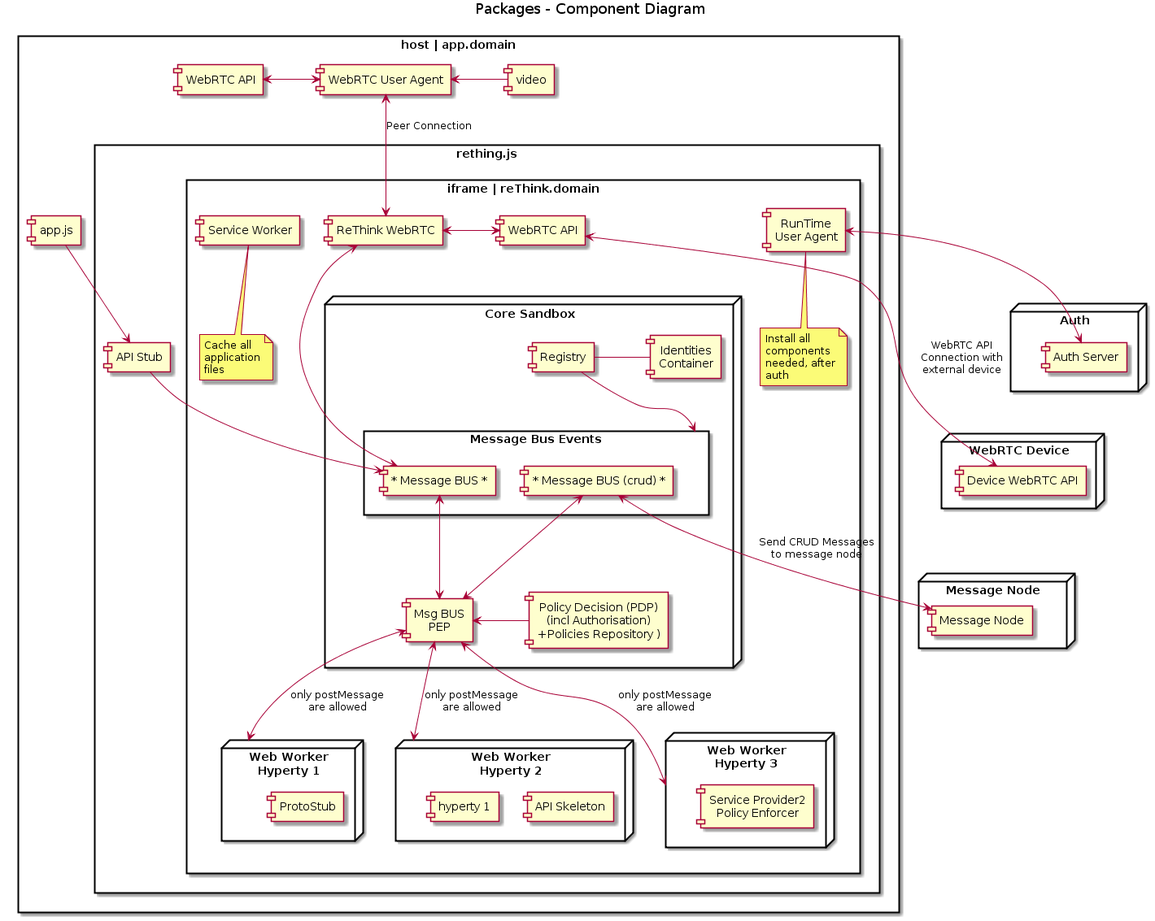
This is docs/specs/runtime/implementation/Runtime_Browser_Implementation.png from reTHINK-project/core-framework, a PlantUML export, as it was before one commit. Its diagram source:
```plantuml
@startuml "Runtime_Architecture_IFrame.png"

title Packages - Component Diagram

node "WebRTC Device" {
  [Device WebRTC API] as WebRTCDevice
}

node "Auth" {
  [Auth Server] as Auth
}

node "Message Node" {
  [Message Node] as MNode
}

rectangle "host | app.domain" {

    component [video] as GUIVideo
    component [app.js] as App

    component [WebRTC User Agent] as PeerLocal
    component [WebRTC API] as WebRTCApiLocal

    rectangle rething.js {

        component [API Stub] as APIStub

        rectangle "iframe | reThink.domain" {

            component [ReThink WebRTC] as PeerRemote
            component [WebRTC API] as WebRTCApiRemote

            component [Service Worker] as ServiceWorker
            note bottom
                Cache all
                application
                files
            endnote

            component [RunTime\nUser Agent] as Agent
            note bottom
                Install all
                components
                needed, after
                auth
            endnote

            node "Web Worker\nHyperty 1" as W1 {
              [ProtoStub] as PS
            }

            node "Web Worker\nHyperty 2" as W2 {
              component [API Skeleton] as APIS2
              [hyperty 1] as H1
            }

            node "Web Worker\nHyperty 3" as W3 {
              component [Service Provider2\nPolicy Enforcer]
            }

            node "Core Sandbox" as Core {

                component [Registry] as Registry
                component [Identities\nContainer] as IContainer
                component [Msg BUS\nPEP] as Policy
                component [Policy Decision (PDP)\n(incl Authorisation)\n+Policies Repository )] as PDP


                rectangle "Message Bus Events" as MsgBusEvent {
                    component [* Message BUS *] as MsgBus
                    component [* Message BUS (crud) *] as MsgBusCrud
                }
            }

        }
    }
}

Auth <-[hidden]down-> WebRTCDevice
WebRTCApiRemote <-[hidden]down-> Core


App -down-> APIStub
APIStub -down-> MsgBus

GUIVideo -left-> PeerLocal
PeerLocal <-left-> WebRTCApiLocal
PeerLocal <-down-> PeerRemote : Peer Connection
PeerRemote <-right-> WebRTCApiRemote
PeerRemote <-down-> MsgBus
WebRTCApiRemote <-right-> WebRTCDevice : WebRTC API\nConnection with\nexternal device

Registry -down-> MsgBusEvent
IContainer -left- Registry

MsgBus <-> Policy
MsgBusCrud <-> Policy
PDP -left-> Policy

Policy <-right-> W1 : only postMessage\nare allowed
Policy <-right-> W2 : only postMessage\nare allowed
Policy <-down-> W3 : only postMessage\nare allowed


MsgBusCrud <-right-> MNode : Send CRUD Messages\nto message node
Agent <-right-> Auth

@enduml
```
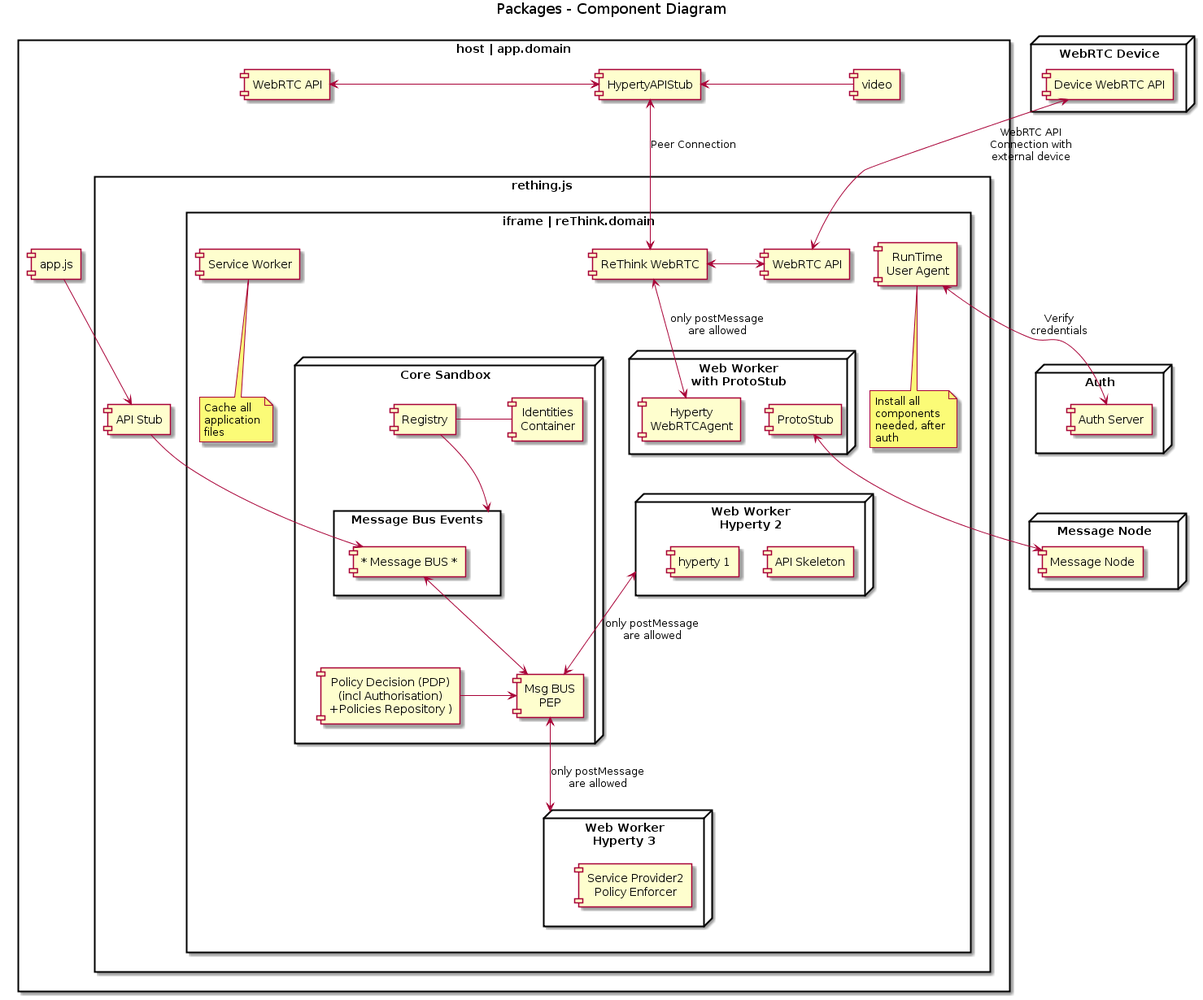
Above is the later version.

Commit message:
add optimized browser runtime

The edit, as a diff of the source:
```diff
@@ -1,5 +1,4 @@
-@startuml "Runtime_Architecture_IFrame.png"
-
+@startuml
 title Packages - Component Diagram
 
 node "WebRTC Device" {
@@ -19,7 +18,7 @@
     component [video] as GUIVideo
     component [app.js] as App
 
-    component [WebRTC User Agent] as PeerLocal
+    component [HypertyAPIStub] as PeerLocal
     component [WebRTC API] as WebRTCApiLocal
 
     rectangle rething.js {
@@ -46,8 +45,9 @@
                 auth
             endnote
 
-            node "Web Worker\nHyperty 1" as W1 {
+            node "Web Worker\nwith ProtoStub" as WPS {
               [ProtoStub] as PS
+              [Hyperty\nWebRTCAgent] as HWRTCA
             }
 
             node "Web Worker\nHyperty 2" as W2 {
@@ -69,7 +69,6 @@
 
                 rectangle "Message Bus Events" as MsgBusEvent {
                     component [* Message BUS *] as MsgBus
-                    component [* Message BUS (crud) *] as MsgBusCrud
                 }
             }
 
@@ -77,9 +76,8 @@
     }
 }
 
-Auth <-[hidden]down-> WebRTCDevice
+Auth <-[hidden]up-> WebRTCDevice
 WebRTCApiRemote <-[hidden]down-> Core
-
 
 App -down-> APIStub
 APIStub -down-> MsgBus
@@ -88,22 +86,19 @@
 PeerLocal <-left-> WebRTCApiLocal
 PeerLocal <-down-> PeerRemote : Peer Connection
 PeerRemote <-right-> WebRTCApiRemote
-PeerRemote <-down-> MsgBus
-WebRTCApiRemote <-right-> WebRTCDevice : WebRTC API\nConnection with\nexternal device
+PeerRemote <-down-> HWRTCA  : only postMessage\nare allowed
+WebRTCApiRemote <-up-> WebRTCDevice : WebRTC API\nConnection with\nexternal device
 
-Registry -down-> MsgBusEvent
+Registry -right-> MsgBusEvent
 IContainer -left- Registry
 
-MsgBus <-> Policy
-MsgBusCrud <-> Policy
-PDP -left-> Policy
+MsgBus <-down-> Policy
+PDP -right-> Policy
 
-Policy <-right-> W1 : only postMessage\nare allowed
-Policy <-right-> W2 : only postMessage\nare allowed
-Policy <-down-> W3 : only postMessage\nare allowed
+PS <-right-> MNode
 
+Policy <-right-> W3 : only postMessage\nare allowed
+Policy <-left-> W2 : only postMessage\nare allowed
 
-MsgBusCrud <-right-> MNode : Send CRUD Messages\nto message node
-Agent <-right-> Auth
-
+Agent <-right-> Auth : Verify\ncredentials
 @enduml
```
